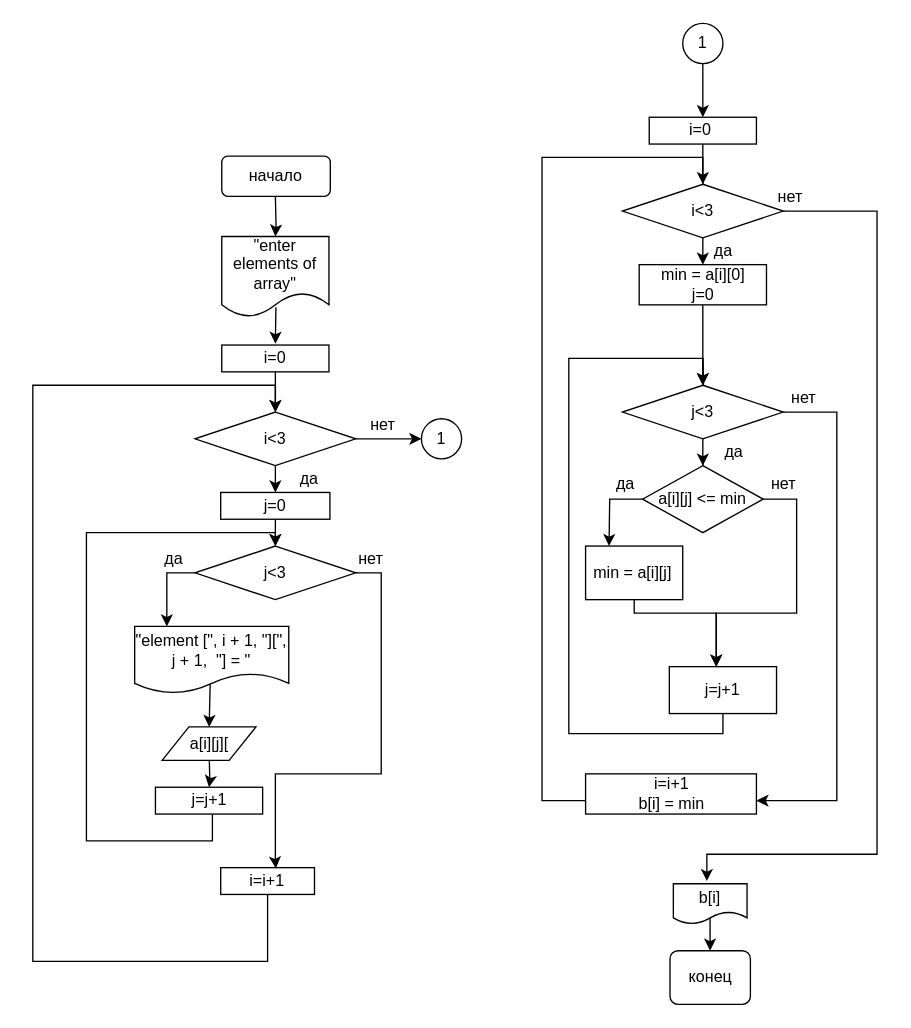
klep1koff/lifeishard keeps this draw.io diagram as 6/6.2.drawio. Above is the earlier version. Source tidied: cells renumbered, new cells numbered last; positions are measured from the earlier drawing's top-left corner, leaving out a move shared by most shapes. Both pictures are drawn from the tidied source at 134%, with x=0, y=0 at pixel (32, 23).
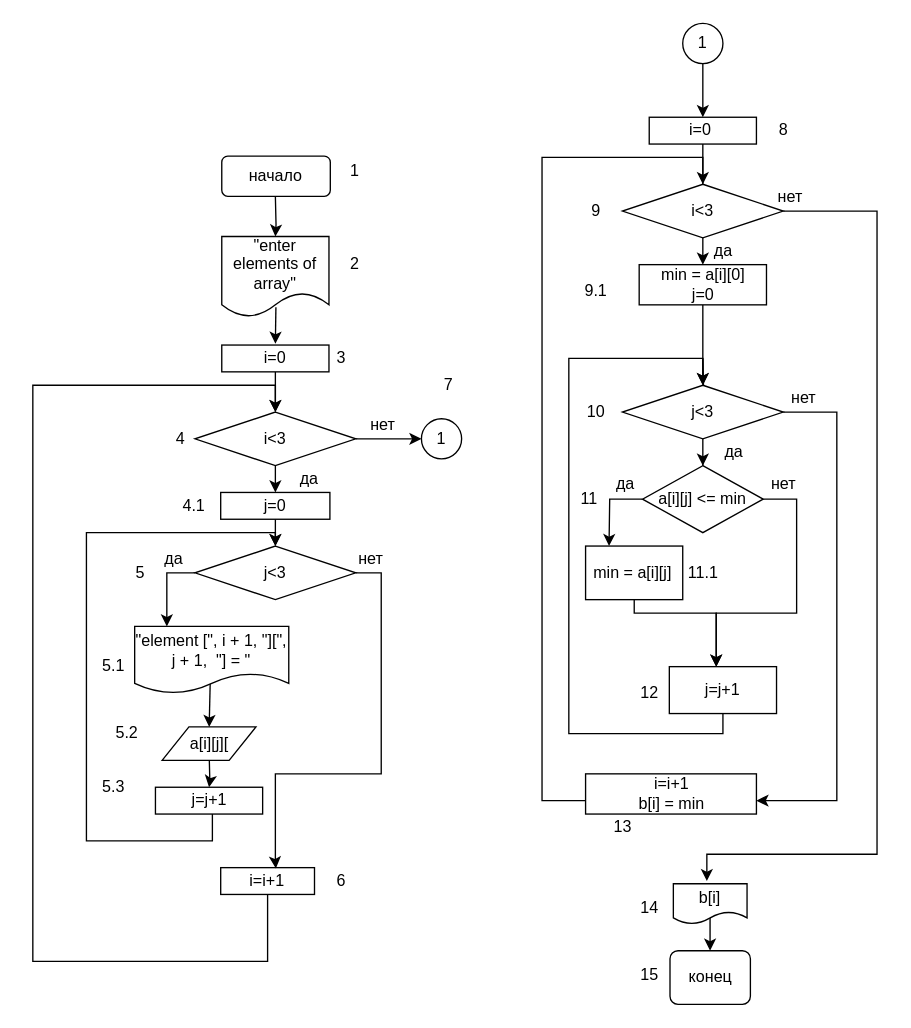
The same page after the edit.

Diff of the diagram source:
```diff
@@
+    <mxCell id="60" value="1" style="text;html=1;align=center;verticalAlign=middle;strokeColor=none;fillColor=none;" parent="1" vertex="1">
+      <mxGeometry x="230" y="100" width="20" height="20" as="geometry" />
+    </mxCell>
+    <mxCell id="61" value="2" style="text;html=1;align=center;verticalAlign=middle;strokeColor=none;fillColor=none;" parent="1" vertex="1">
+      <mxGeometry x="230" y="170" width="20" height="20" as="geometry" />
+    </mxCell>
+    <mxCell id="62" value="3" style="text;html=1;align=center;verticalAlign=middle;strokeColor=none;fillColor=none;" parent="1" vertex="1">
+      <mxGeometry x="220" y="240" width="20" height="20" as="geometry" />
+    </mxCell>
+    <mxCell id="63" value="4" style="text;html=1;align=center;verticalAlign=middle;strokeColor=none;fillColor=none;" parent="1" vertex="1">
+      <mxGeometry x="100" y="300" width="20" height="20" as="geometry" />
+    </mxCell>
+    <mxCell id="64" value="4.1" style="text;html=1;align=center;verticalAlign=middle;strokeColor=none;fillColor=none;" parent="1" vertex="1">
+      <mxGeometry x="105" y="350" width="30" height="20" as="geometry" />
+    </mxCell>
+    <mxCell id="65" value="5" style="text;html=1;align=center;verticalAlign=middle;strokeColor=none;fillColor=none;" parent="1" vertex="1">
+      <mxGeometry x="70" y="400" width="20" height="20" as="geometry" />
+    </mxCell>
+    <mxCell id="66" value="5.1" style="text;html=1;align=center;verticalAlign=middle;strokeColor=none;fillColor=none;" parent="1" vertex="1">
+      <mxGeometry x="45" y="470" width="30" height="20" as="geometry" />
+    </mxCell>
+    <mxCell id="67" value="5.2" style="text;html=1;align=center;verticalAlign=middle;strokeColor=none;fillColor=none;" parent="1" vertex="1">
+      <mxGeometry x="55" y="520" width="30" height="20" as="geometry" />
+    </mxCell>
+    <mxCell id="68" value="5.3" style="text;html=1;align=center;verticalAlign=middle;strokeColor=none;fillColor=none;" parent="1" vertex="1">
+      <mxGeometry x="45" y="560" width="30" height="20" as="geometry" />
+    </mxCell>
+    <mxCell id="69" value="6" style="text;html=1;align=center;verticalAlign=middle;strokeColor=none;fillColor=none;" parent="1" vertex="1">
+      <mxGeometry x="220" y="630" width="20" height="20" as="geometry" />
+    </mxCell>
+    <mxCell id="70" value="7" style="text;html=1;align=center;verticalAlign=middle;strokeColor=none;fillColor=none;" parent="1" vertex="1">
+      <mxGeometry x="300" y="260" width="20" height="20" as="geometry" />
+    </mxCell>
+    <mxCell id="71" value="8" style="text;html=1;align=center;verticalAlign=middle;strokeColor=none;fillColor=none;" parent="1" vertex="1">
+      <mxGeometry x="550" y="70" width="20" height="20" as="geometry" />
+    </mxCell>
+    <mxCell id="72" value="9" style="text;html=1;align=center;verticalAlign=middle;strokeColor=none;fillColor=none;" parent="1" vertex="1">
+      <mxGeometry x="410" y="130" width="20" height="20" as="geometry" />
+    </mxCell>
+    <mxCell id="73" value="9.1" style="text;html=1;align=center;verticalAlign=middle;strokeColor=none;fillColor=none;" parent="1" vertex="1">
+      <mxGeometry x="405" y="190" width="30" height="20" as="geometry" />
+    </mxCell>
+    <mxCell id="74" value="10" style="text;html=1;align=center;verticalAlign=middle;strokeColor=none;fillColor=none;" parent="1" vertex="1">
+      <mxGeometry x="405" y="280" width="30" height="20" as="geometry" />
+    </mxCell>
+    <mxCell id="75" value="11" style="text;html=1;align=center;verticalAlign=middle;strokeColor=none;fillColor=none;" parent="1" vertex="1">
+      <mxGeometry x="400" y="345" width="30" height="20" as="geometry" />
+    </mxCell>
+    <mxCell id="76" value="11.1" style="text;html=1;align=center;verticalAlign=middle;strokeColor=none;fillColor=none;" parent="1" vertex="1">
+      <mxGeometry x="480" y="400" width="40" height="20" as="geometry" />
+    </mxCell>
+    <mxCell id="77" value="12" style="text;html=1;align=center;verticalAlign=middle;strokeColor=none;fillColor=none;" parent="1" vertex="1">
+      <mxGeometry x="445" y="490" width="30" height="20" as="geometry" />
+    </mxCell>
+    <mxCell id="78" value="13" style="text;html=1;align=center;verticalAlign=middle;strokeColor=none;fillColor=none;" parent="1" vertex="1">
+      <mxGeometry x="425" y="590" width="30" height="20" as="geometry" />
+    </mxCell>
+    <mxCell id="79" value="14" style="text;html=1;align=center;verticalAlign=middle;strokeColor=none;fillColor=none;" parent="1" vertex="1">
+      <mxGeometry x="445" y="650" width="30" height="20" as="geometry" />
+    </mxCell>
+    <mxCell id="80" value="15" style="text;html=1;align=center;verticalAlign=middle;strokeColor=none;fillColor=none;" parent="1" vertex="1">
+      <mxGeometry x="445" y="700" width="30" height="20" as="geometry" />
+    </mxCell>
```
